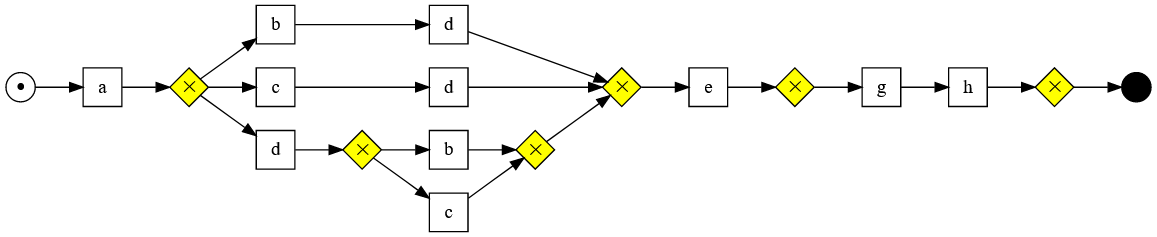
psm8/automated-business-process-discovery keeps this Graphviz diagram as PracaInzynierskaTex/no-generalization-and-simplicity.png. Above is the earlier version. Its source is kept beside it as PracaInzynierskaTex/no-generalization-and-simplicity.gv. Source of this version:
```dot
digraph G {
  rankdir=LR;
  subgraph place {
    node [shape=circle,fixedsize=true,label="",height=.3,width=.3];
    in [label="&bull;", fontsize=20];
    out [style=filled,fillcolor=black];
  }
  subgraph xorgate {
    node [shape=diamond,fixedsize=true,width=.4,height=.4,label=<&#x2715;>,fontsize=12,style=filled,fillcolor=yellow]
    x1; x2; x3; x4; x5; x6;
  }
  subgraph andgate {
    node [shape=diamond,fixedsize=true,width=.4,height=.4 label=<&#43;>,fontsize=20,style=filled,fillcolor=yellow]
  }
  subgraph optgate {
    node [shape=diamond,fixedsize=true,width=.4,height=.4,label=<&#9711;>,fontsize=12,style=filled,fillcolor=yellow]

  }
  subgraph transitions {
    node [shape=rect,height=0.4,width=.4];
    a; b; ba[label="b"]; c; ca[label="c"]; d; da[label="d"]; db[label="d"]; e; ga[label="g"]; ha[label="h"];
  }
  subgraph skip {
    node [shape=rect,label="",height=0.4,width=.4,style=filled,fillcolor=black];

  }

  # align horizontally
  {edge [weight=1]; a;e}

  in->a->x1;
  x1->d
  x1->ba->da->x2;
  x1->ca->db->x2;
  x6->x2;
  x5->b->x6
  x5->c->x6
  d->x5;
  x2->e->x3;
  x3->ga->ha->x4;
  x4->out;
  # align vertically
    {rank=same; b;c}
    {rank=same; ba;ca}
    {rank=same; da;db}
}
```
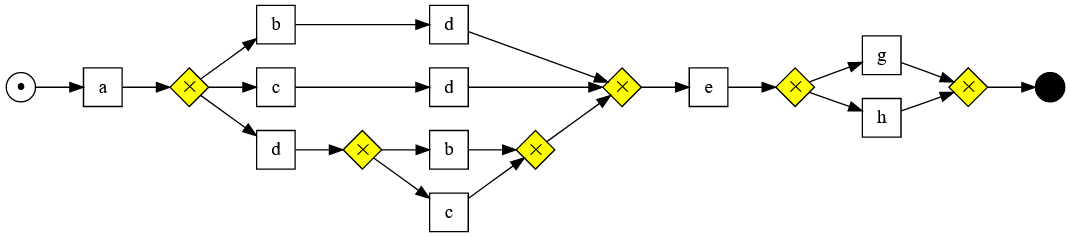
The same file after the commit.

Change to the diagram source:
```diff
@@ -18,7 +18,7 @@
   }
   subgraph transitions {
     node [shape=rect,height=0.4,width=.4];
-    a; b; ba[label="b"]; c; ca[label="c"]; d; da[label="d"]; db[label="d"]; e; ga[label="g"]; ha[label="h"];
+    a; b; ba[label="b"]; c; ca[label="c"]; d; da[label="d"]; db[label="d"]; e; g; h;
   }
   subgraph skip {
     node [shape=rect,label="",height=0.4,width=.4,style=filled,fillcolor=black];
@@ -37,7 +37,8 @@
   x5->c->x6
   d->x5;
   x2->e->x3;
-  x3->ga->ha->x4;
+  x3->g->x4;
+  x3->h->x4;
   x4->out;
   # align vertically
     {rank=same; b;c}
```
